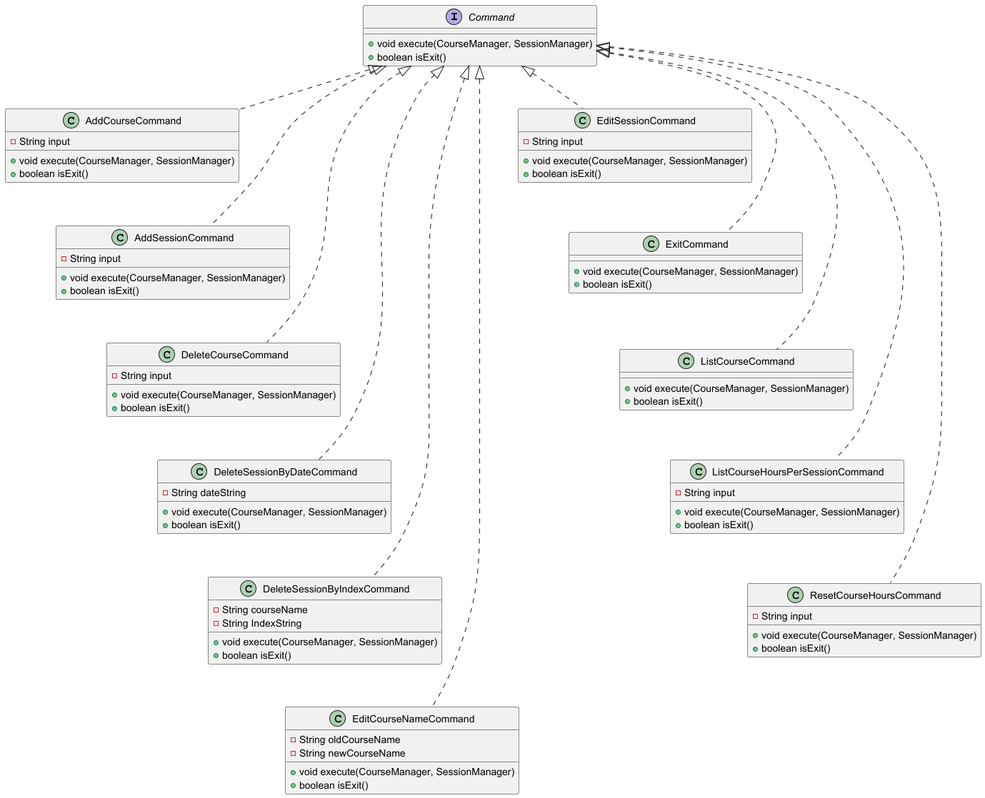
This is docs/diagrams/CommandClassDiagram.png from t-kandasami/tp, a PlantUML export, as it was before one commit. Source of this version:
```plantuml
@startuml

interface Command {
    + void execute(CourseManager, SessionManager)
    + boolean isExit()
}

class AddCourseCommand {
    - String input
    + void execute(CourseManager, SessionManager)
    + boolean isExit()
}

class AddSessionCommand {
    - String input
    + void execute(CourseManager, SessionManager)
    + boolean isExit()
}

class DeleteCourseCommand {
    - String input
    + void execute(CourseManager, SessionManager)
    + boolean isExit()
}

class DeleteSessionByDateCommand {
    - String dateString
    + void execute(CourseManager, SessionManager)
    + boolean isExit()
}

class DeleteSessionByIndexCommand {
    - String courseName
    - String IndexString
    + void execute(CourseManager, SessionManager)
    + boolean isExit()
}

class EditCourseNameCommand {
    - String oldCourseName
    - String newCourseName
    + void execute(CourseManager, SessionManager)
    + boolean isExit()
}

class EditSessionCommand {
    - String input
    + void execute(CourseManager, SessionManager)
    + boolean isExit()
}

class ExitCommand {
    + void execute(CourseManager, SessionManager)
    + boolean isExit()
}

class ListCourseCommand {
    + void execute(CourseManager, SessionManager)
    + boolean isExit()
}

class ListCourseHoursPerSessionCommand {
    - String input
    + void execute(CourseManager, SessionManager)
    + boolean isExit()
}

class ResetCourseHoursCommand {
    - String input
    + void execute(CourseManager, SessionManager)
    + boolean isExit()
}

AddCourseCommand -[hidden]down- AddSessionCommand
AddSessionCommand -[hidden]down- DeleteCourseCommand
DeleteCourseCommand -[hidden]down- DeleteSessionByDateCommand
DeleteSessionByDateCommand -[hidden]down- DeleteSessionByIndexCommand
DeleteSessionByIndexCommand -[hidden]down- EditCourseNameCommand

EditSessionCommand -[hidden]down- ExitCommand
ExitCommand -[hidden]down- ListCourseCommand
ListCourseCommand -[hidden]down- ListCourseHoursPerSessionCommand
ListCourseHoursPerSessionCommand -[hidden]down- ResetCourseHoursCommand

AddCourseCommand .up.|> Command
AddSessionCommand .up.|> Command
DeleteCourseCommand .up.|> Command
DeleteSessionByDateCommand .up.|> Command
DeleteSessionByIndexCommand .up.|> Command
EditCourseNameCommand .up.|> Command

EditSessionCommand .up.|> Command
ExitCommand .up.|> Command
ListCourseCommand .up.|> Command
ListCourseHoursPerSessionCommand .up.|> Command
ResetCourseHoursCommand .up.|> Command


@enduml
```
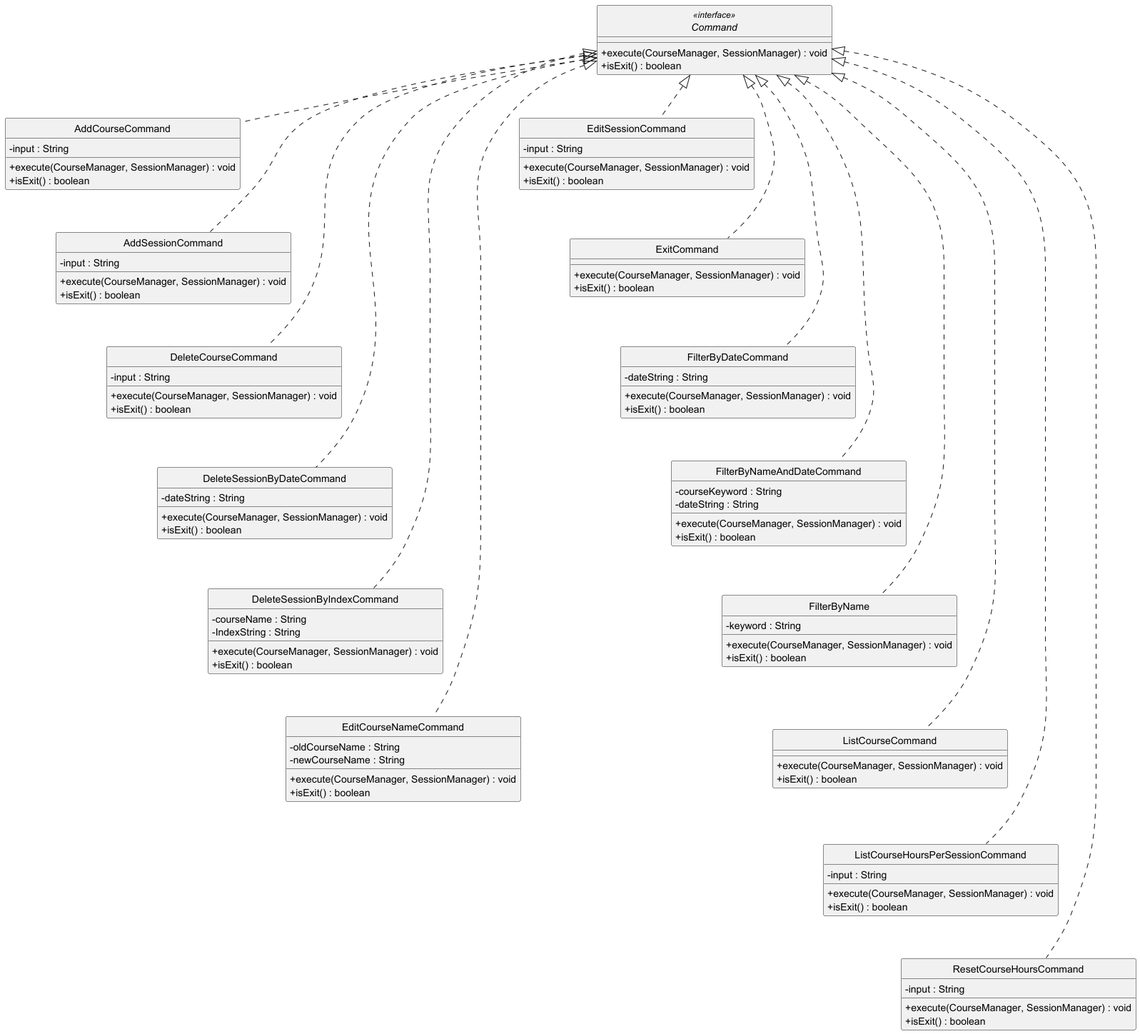
Later version of the same file.

Commit message:
docs: Update class diagram to match course requirement

Diff of the diagram source:
```diff
@@ -1,74 +1,95 @@
 @startuml
+skinparam ClassAttributeIconSize 0
+hide circle
 
-interface Command {
-    + void execute(CourseManager, SessionManager)
-    + boolean isExit()
+interface Command <<interface>> {
+    + execute(CourseManager, SessionManager) : void
+    + isExit() : boolean
 }
 
 class AddCourseCommand {
-    - String input
-    + void execute(CourseManager, SessionManager)
-    + boolean isExit()
+    - input : String
+    + execute(CourseManager, SessionManager) : void
+    + isExit() : boolean
 }
 
 class AddSessionCommand {
-    - String input
-    + void execute(CourseManager, SessionManager)
-    + boolean isExit()
+    - input : String
+    + execute(CourseManager, SessionManager) : void
+    + isExit() : boolean
 }
 
 class DeleteCourseCommand {
-    - String input
-    + void execute(CourseManager, SessionManager)
-    + boolean isExit()
+    - input : String
+    + execute(CourseManager, SessionManager) : void
+    + isExit() : boolean
 }
 
 class DeleteSessionByDateCommand {
-    - String dateString
-    + void execute(CourseManager, SessionManager)
-    + boolean isExit()
+    - dateString : String
+    + execute(CourseManager, SessionManager) : void
+    + isExit() : boolean
 }
 
 class DeleteSessionByIndexCommand {
-    - String courseName
-    - String IndexString
-    + void execute(CourseManager, SessionManager)
-    + boolean isExit()
+    - courseName : String
+    - IndexString : String
+    + execute(CourseManager, SessionManager) : void
+    + isExit() : boolean
 }
 
 class EditCourseNameCommand {
-    - String oldCourseName
-    - String newCourseName
-    + void execute(CourseManager, SessionManager)
-    + boolean isExit()
+    - oldCourseName : String
+    - newCourseName : String
+    + execute(CourseManager, SessionManager) : void
+    + isExit() : boolean
 }
 
 class EditSessionCommand {
-    - String input
-    + void execute(CourseManager, SessionManager)
-    + boolean isExit()
+    - input : String
+    + execute(CourseManager, SessionManager) : void
+    + isExit() : boolean
 }
 
 class ExitCommand {
-    + void execute(CourseManager, SessionManager)
-    + boolean isExit()
+    + execute(CourseManager, SessionManager) : void
+    + isExit() : boolean
+}
+
+class FilterByDateCommand {
+    - dateString : String
+    + execute(CourseManager, SessionManager) : void
+    + isExit() : boolean
+}
+
+class FilterByNameAndDateCommand {
+    - courseKeyword : String
+    - dateString : String
+    + execute(CourseManager, SessionManager) : void
+    + isExit() : boolean
+}
+
+class FilterByName {
+    - keyword : String
+    + execute(CourseManager, SessionManager) : void
+    + isExit() : boolean
 }
 
 class ListCourseCommand {
-    + void execute(CourseManager, SessionManager)
-    + boolean isExit()
+    + execute(CourseManager, SessionManager) : void
+    + isExit() : boolean
 }
 
 class ListCourseHoursPerSessionCommand {
-    - String input
-    + void execute(CourseManager, SessionManager)
-    + boolean isExit()
+    - input : String
+    + execute(CourseManager, SessionManager) : void
+    + isExit() : boolean
 }
 
 class ResetCourseHoursCommand {
-    - String input
-    + void execute(CourseManager, SessionManager)
-    + boolean isExit()
+    - input : String
+    + execute(CourseManager, SessionManager) : void
+    + isExit() : boolean
 }
 
 AddCourseCommand -[hidden]down- AddSessionCommand
@@ -78,7 +99,10 @@
 DeleteSessionByIndexCommand -[hidden]down- EditCourseNameCommand
 
 EditSessionCommand -[hidden]down- ExitCommand
-ExitCommand -[hidden]down- ListCourseCommand
+ExitCommand -[hidden]down- FilterByDateCommand
+FilterByDateCommand -[hidden]down- FilterByNameAndDateCommand
+FilterByNameAndDateCommand -[hidden]down- FilterByName
+FilterByName -[hidden]down- ListCourseCommand
 ListCourseCommand -[hidden]down- ListCourseHoursPerSessionCommand
 ListCourseHoursPerSessionCommand -[hidden]down- ResetCourseHoursCommand
 
@@ -91,6 +115,9 @@
 
 EditSessionCommand .up.|> Command
 ExitCommand .up.|> Command
+FilterByDateCommand .up.|> Command
+FilterByNameAndDateCommand .up.|> Command
+FilterByName .up.|> Command
 ListCourseCommand .up.|> Command
 ListCourseHoursPerSessionCommand .up.|> Command
 ResetCourseHoursCommand .up.|> Command
```
